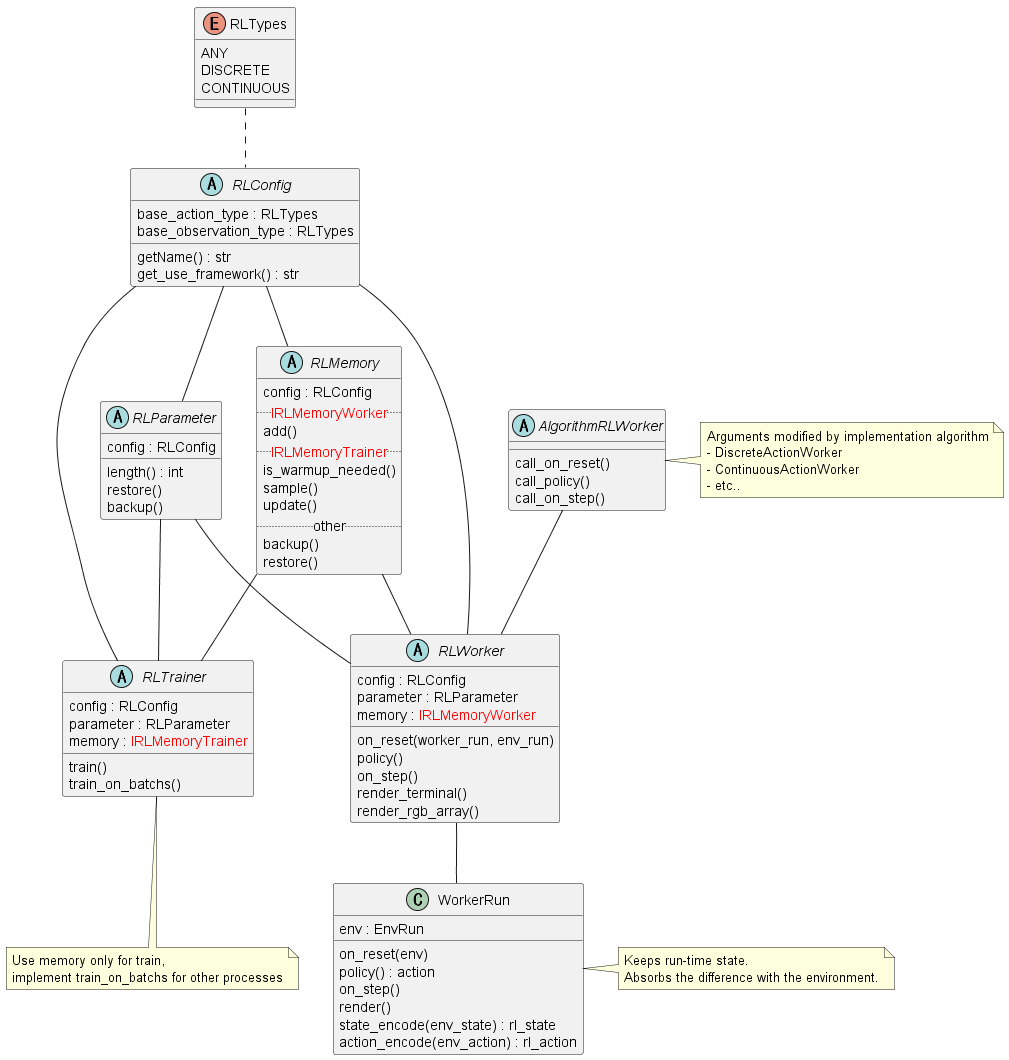
Earlier version of the PlantUML export docs/_images/class_rl.png (pocokhc/simple_distributed_rl). Source of this version:
```plantuml
@startuml class_rl

enum RLTypes {
    ANY
    DISCRETE
    CONTINUOUS
}


class WorkerRun {
    env : EnvRun
    on_reset(env)
    policy() : action
    on_step()
    render()
    state_encode(env_state) : rl_state
    action_encode(env_action) : rl_action
}
note "Keeps run-time state.\nAbsorbs the difference with the environment." as WorkerRunMemo
WorkerRun . WorkerRunMemo


abstract RLWorker {
    config : RLConfig
    parameter : RLParameter
    memory : <color red>IRLMemoryWorker</color>
    on_reset(worker_run, env_run)
    policy()
    on_step()
    render_terminal()
    render_rgb_array()
}
RLWorker -- WorkerRun


abstract AlgorithmRLWorker {
    call_on_reset()
    call_policy()
    call_on_step()
}
AlgorithmRLWorker -- RLWorker

note as AlgorithmRLWorkerMemo
Arguments modified by implementation algorithm
- DiscreteActionWorker
- ContinuousActionWorker
- etc..
end note
AlgorithmRLWorker <|- AlgorithmRLWorkerMemo


abstract RLTrainer {
    config : RLConfig
    parameter : RLParameter
    memory : <color red>IRLMemoryTrainer</color>
    train()
    train_on_batchs()
}
note as RLTrainerMemo
Use memory only for train,
implement train_on_batchs for other processes
end note
RLTrainer <|-- RLTrainerMemo


abstract RLMemory {
    config : RLConfig
    .. <color red>IRLMemoryWorker</color> ..
    add()
    .. <color red>IRLMemoryTrainer</color> ..
    is_warmup_needed()
    sample()
    update()
    .. other ..
    backup()
    restore()
}


abstract RLParameter {
    config : RLConfig
    length() : int
    restore()
    backup()
}


abstract RLConfig {
    getName() : str
    get_use_framework() : str
    base_action_type : RLTypes
    base_observation_type : RLTypes
}


RLTypes .. RLConfig

RLConfig --- RLWorker
RLConfig --- RLTrainer
RLConfig -- RLParameter
RLConfig -- RLMemory

RLParameter -- RLWorker
RLParameter -- RLTrainer
RLMemory -- RLWorker
RLMemory -- RLTrainer

@enduml
```
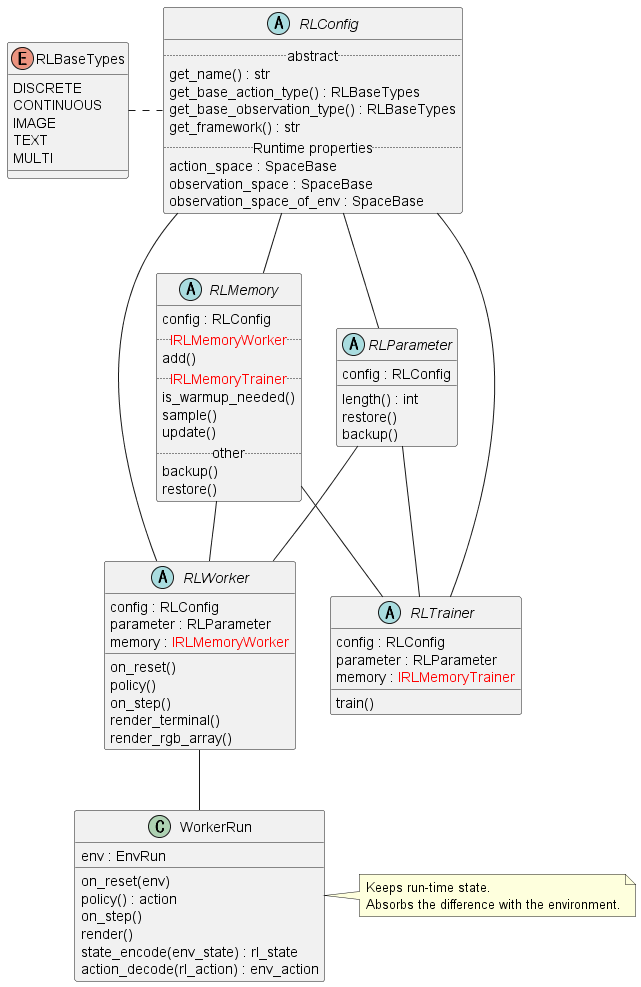
After the change.

The edit, as a diff of the source:
```diff
@@ -1,11 +1,12 @@
 @startuml class_rl
 
-enum RLTypes {
-    ANY
+enum RLBaseTypes {
     DISCRETE
     CONTINUOUS
+    IMAGE
+    TEXT
+    MULTI
 }
-
 
 class WorkerRun {
     env : EnvRun
@@ -14,7 +15,7 @@
     on_step()
     render()
     state_encode(env_state) : rl_state
-    action_encode(env_action) : rl_action
+    action_decode(rl_action) : env_action
 }
 note "Keeps run-time state.\nAbsorbs the difference with the environment." as WorkerRunMemo
 WorkerRun . WorkerRunMemo
@@ -24,7 +25,7 @@
     config : RLConfig
     parameter : RLParameter
     memory : <color red>IRLMemoryWorker</color>
-    on_reset(worker_run, env_run)
+    on_reset()
     policy()
     on_step()
     render_terminal()
@@ -33,35 +34,12 @@
 RLWorker -- WorkerRun
 
 
-abstract AlgorithmRLWorker {
-    call_on_reset()
-    call_policy()
-    call_on_step()
-}
-AlgorithmRLWorker -- RLWorker
-
-note as AlgorithmRLWorkerMemo
-Arguments modified by implementation algorithm
-- DiscreteActionWorker
-- ContinuousActionWorker
-- etc..
-end note
-AlgorithmRLWorker <|- AlgorithmRLWorkerMemo
-
-
 abstract RLTrainer {
     config : RLConfig
     parameter : RLParameter
     memory : <color red>IRLMemoryTrainer</color>
     train()
-    train_on_batchs()
 }
-note as RLTrainerMemo
-Use memory only for train,
-implement train_on_batchs for other processes
-end note
-RLTrainer <|-- RLTrainerMemo
-
 
 abstract RLMemory {
     config : RLConfig
@@ -86,14 +64,19 @@
 
 
 abstract RLConfig {
-    getName() : str
-    get_use_framework() : str
-    base_action_type : RLTypes
-    base_observation_type : RLTypes
+    .. abstract ..
+    get_name() : str
+    get_base_action_type() : RLBaseTypes
+    get_base_observation_type() : RLBaseTypes
+    get_framework() : str
+    .. Runtime properties ..
+    action_space : SpaceBase
+    observation_space : SpaceBase
+    observation_space_of_env : SpaceBase
 }
 
 
-RLTypes .. RLConfig
+RLBaseTypes . RLConfig
 
 RLConfig --- RLWorker
 RLConfig --- RLTrainer
```
